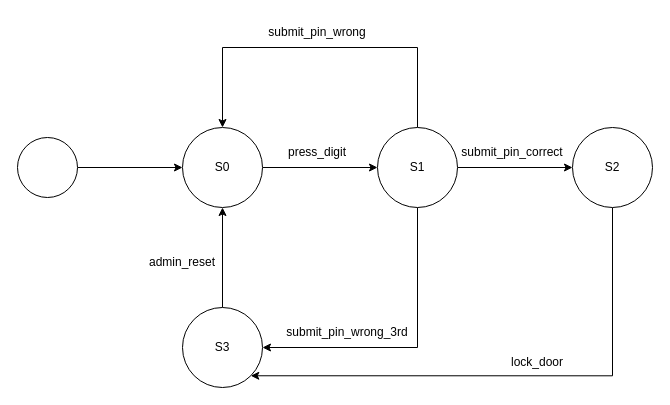
Before: docx/mohinh.drawio in AlexCrisTin/Software-Security, a draw.io diagram. Source tidied: cells renumbered, new cells numbered last; positions are measured from the earlier drawing's top-left corner, leaving out a move shared by most shapes. Both pictures are drawn from the tidied source at 100%, with x=0, y=0 at pixel (17, 17).
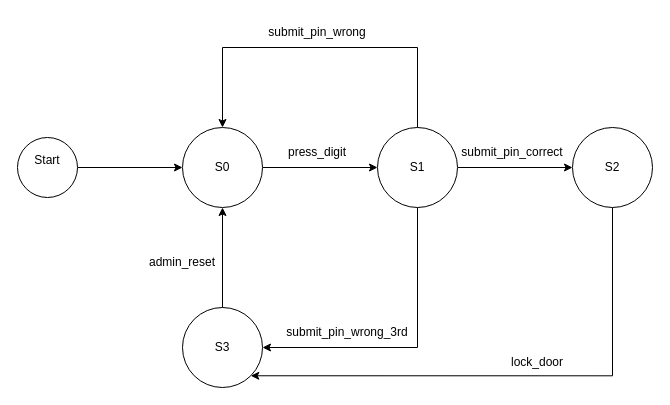
The same page after the edit.

Change to the diagram source:
```diff
@@
-    <mxCell id="3" style="ellipse;whiteSpace=wrap;html=1;shapeInside=1;" parent="1" vertex="1">
+    <mxCell id="3" value="Start&lt;div&gt;&lt;br/&gt;&lt;/div&gt;" style="ellipse;whiteSpace=wrap;html=1;shapeInside=1;" parent="1" vertex="1">
       <mxGeometry y="120" width="60" height="60" as="geometry" />
     </mxCell>
```
